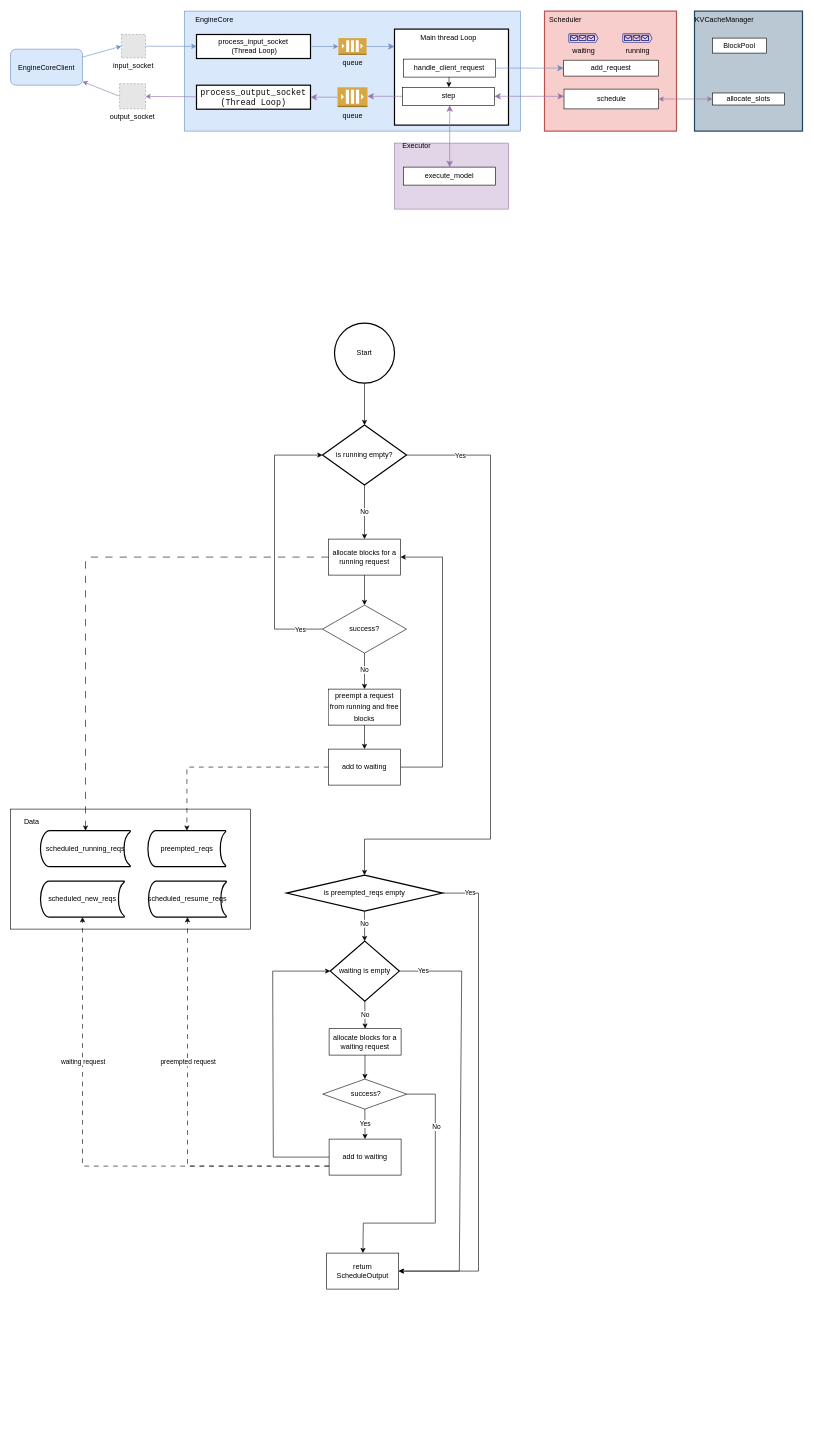
chaojun-zhang/vllm keeps this draw.io diagram as page "Scheduler" (4 of 14) of vllm/engine/vllm.drawio. Above is the earlier version. Source tidied: cells renumbered, new cells numbered last; positions are measured from the earlier drawing's top-left corner, leaving out a move shared by most shapes. Both pictures are drawn from the tidied source at 60%, with x=0, y=0 at pixel (10, 11). Pictures stored in the file or linked from it are replaced by grey dashed boxes.
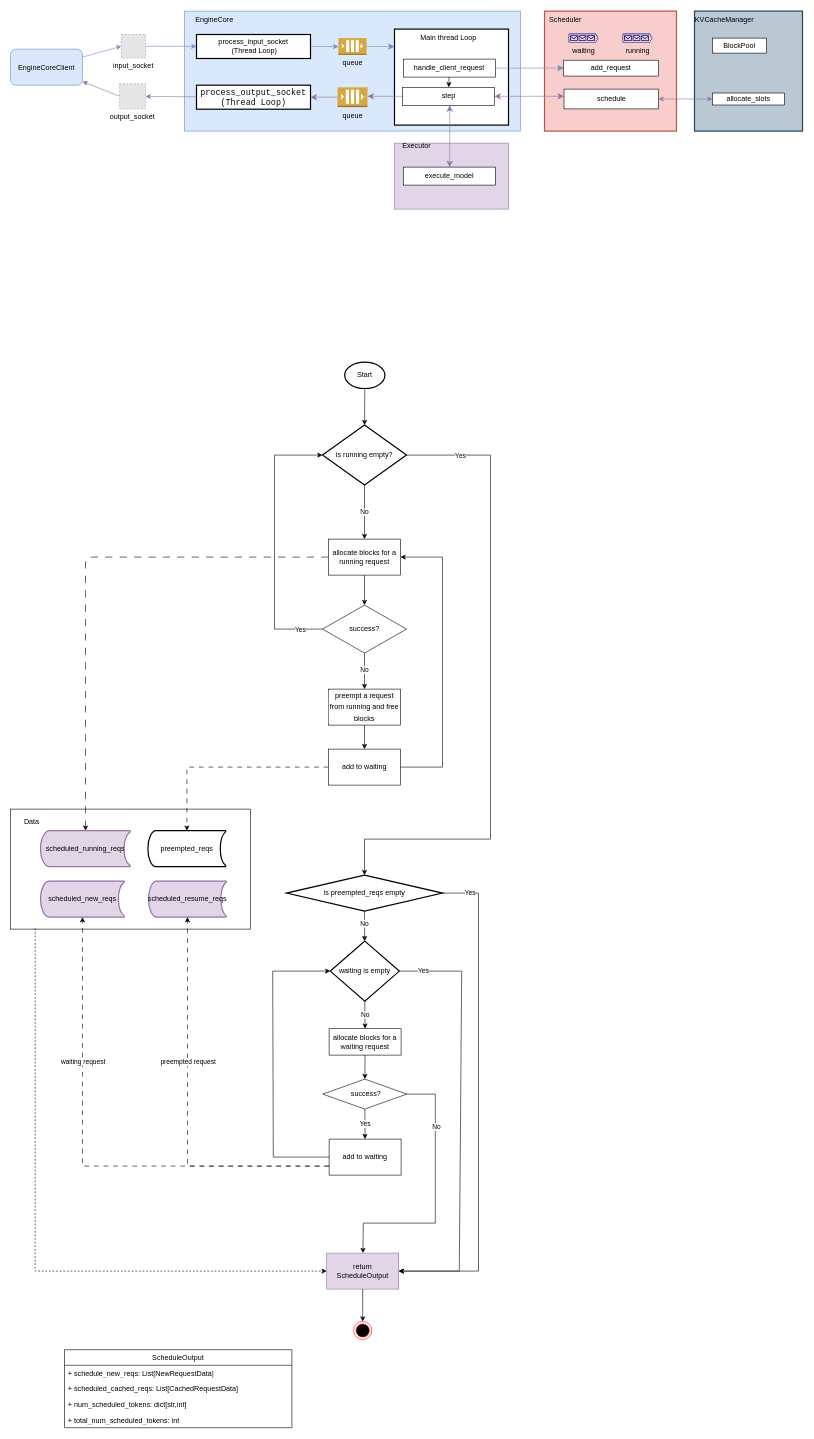
The same page after the edit.

The change refers to these unchanged cells:
```xml
<mxCell id="2" style="rounded=0;whiteSpace=wrap;html=1;" parent="1" vertex="1">
  <mxGeometry y="1330" width="400" height="200" as="geometry" />
</mxCell>
```

What changed in the source:
```diff
@@
     <mxCell id="66" value="Start" style="strokeWidth=2;html=1;shape=mxgraph.flowchart.start_2;whiteSpace=wrap;" parent="1" vertex="1">
-      <mxGeometry x="540" y="520" width="100" height="100" as="geometry" />
+      <mxGeometry x="557" y="585" width="67" height="44" as="geometry" />
     </mxCell>
@@
-    <mxCell id="72" value="scheduled_running_reqs" style="strokeWidth=2;html=1;shape=mxgraph.flowchart.stored_data;whiteSpace=wrap;" parent="1" vertex="1">
+    <mxCell id="72" value="scheduled_running_reqs" style="strokeWidth=2;html=1;shape=mxgraph.flowchart.stored_data;whiteSpace=wrap;fillColor=#e1d5e7;strokeColor=#9673a6;" parent="1" vertex="1">
       <mxGeometry x="50" y="1366" width="150" height="60" as="geometry" />
     </mxCell>
@@
-    <mxCell id="80" value="scheduled_resume_reqs" style="strokeWidth=2;html=1;shape=mxgraph.flowchart.stored_data;whiteSpace=wrap;" parent="1" vertex="1">
+    <mxCell id="80" value="scheduled_resume_reqs" style="strokeWidth=2;html=1;shape=mxgraph.flowchart.stored_data;whiteSpace=wrap;fillColor=#e1d5e7;strokeColor=#9673a6;" parent="1" vertex="1">
       <mxGeometry x="230" y="1450" width="130" height="60" as="geometry" />
     </mxCell>
-    <mxCell id="81" value="scheduled_new_reqs" style="strokeWidth=2;html=1;shape=mxgraph.flowchart.stored_data;whiteSpace=wrap;" parent="1" vertex="1">
+    <mxCell id="81" value="scheduled_new_reqs" style="strokeWidth=2;html=1;shape=mxgraph.flowchart.stored_data;whiteSpace=wrap;fillColor=#e1d5e7;strokeColor=#9673a6;" parent="1" vertex="1">
       <mxGeometry x="50" y="1450" width="140" height="60" as="geometry" />
     </mxCell>
-    <mxCell id="82" value="return ScheduleOutput" style="rounded=0;whiteSpace=wrap;html=1;" parent="1" vertex="1">
+    <mxCell id="82" value="return ScheduleOutput" style="rounded=0;whiteSpace=wrap;html=1;fillColor=#e1d5e7;strokeColor=#9673a6;" parent="1" vertex="1">
       <mxGeometry x="527" y="2070" width="120" height="60" as="geometry" />
     </mxCell>
@@
+    <mxCell id="90" style="endArrow=classic;html=1;rounded=0;exitX=0.103;exitY=0.995;exitDx=0;exitDy=0;exitPerimeter=0;entryX=0;entryY=0.5;entryDx=0;entryDy=0;dashed=1;" parent="1" edge="1" source="2" target="82">
+      <mxGeometry relative="1" as="geometry">
+        <Array as="points">
+          <mxPoint x="41" y="2100" />
+        </Array>
+      </mxGeometry>
+    </mxCell>
+    <mxCell id="91" value="ScheduleOutput" style="swimlane;fontStyle=0;horizontal=1;startSize=26;fillColor=none;whiteSpace=wrap;html=1;" parent="1" vertex="1">
+      <mxGeometry x="90" y="2231" width="379" height="130" as="geometry" />
+    </mxCell>
+    <mxCell id="92" value="+ schedule_new_reqs: List[NewRequestData]" style="text;strokeColor=none;fillColor=none;align=left;verticalAlign=top;spacingLeft=4;spacingRight=4;overflow=hidden;whiteSpace=wrap;html=1;" parent="91" vertex="1">
+      <mxGeometry y="26" width="379" height="26" as="geometry" />
+    </mxCell>
+    <mxCell id="93" value="+ scheduled_cached_reqs: List[CachedRequestData]" style="text;strokeColor=none;fillColor=none;align=left;verticalAlign=top;spacingLeft=4;spacingRight=4;overflow=hidden;whiteSpace=wrap;html=1;" parent="91" vertex="1">
+      <mxGeometry y="52" width="379" height="26" as="geometry" />
+    </mxCell>
+    <mxCell id="94" value="+ num_scheduled_tokens: dict[str,int]" style="text;strokeColor=none;fillColor=none;align=left;verticalAlign=top;spacingLeft=4;spacingRight=4;overflow=hidden;whiteSpace=wrap;html=1;" parent="91" vertex="1">
+      <mxGeometry y="78" width="379" height="26" as="geometry" />
+    </mxCell>
+    <mxCell id="95" value="+ total_num_scheduled_tokens: int" style="text;strokeColor=none;fillColor=none;align=left;verticalAlign=top;spacingLeft=4;spacingRight=4;overflow=hidden;whiteSpace=wrap;html=1;" parent="91" vertex="1">
+      <mxGeometry y="104" width="379" height="26" as="geometry" />
+    </mxCell>
+    <mxCell id="96" style="ellipse;html=1;shape=endState;fillColor=#000000;strokeColor=#ff0000;" parent="1" vertex="1">
+      <mxGeometry x="572" y="2184" width="30" height="30" as="geometry" />
+    </mxCell>
+    <mxCell id="97" style="endArrow=classic;html=1;rounded=0;" parent="1" edge="1" source="82" target="96">
+      <mxGeometry relative="1" as="geometry" />
+    </mxCell>
```
